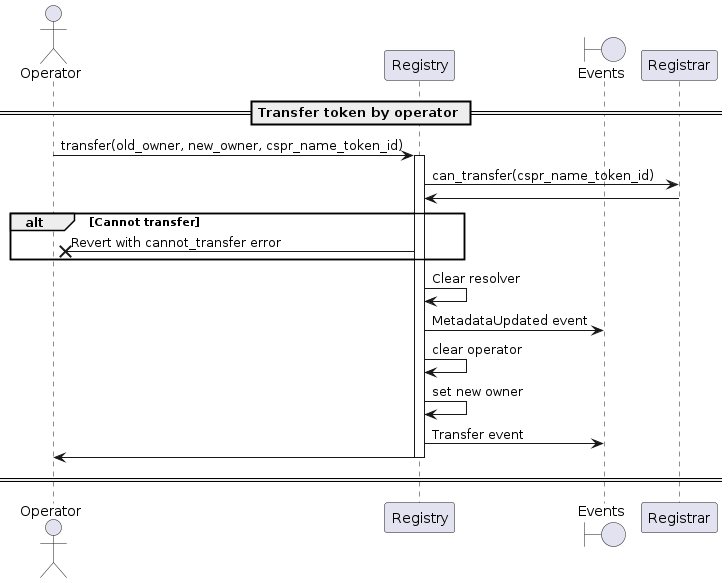
This is docs/sequence-diagrams/puml/transfer-from-domain.png from make-software/cspr-name-contracts, a PlantUML export, as it was before one commit.
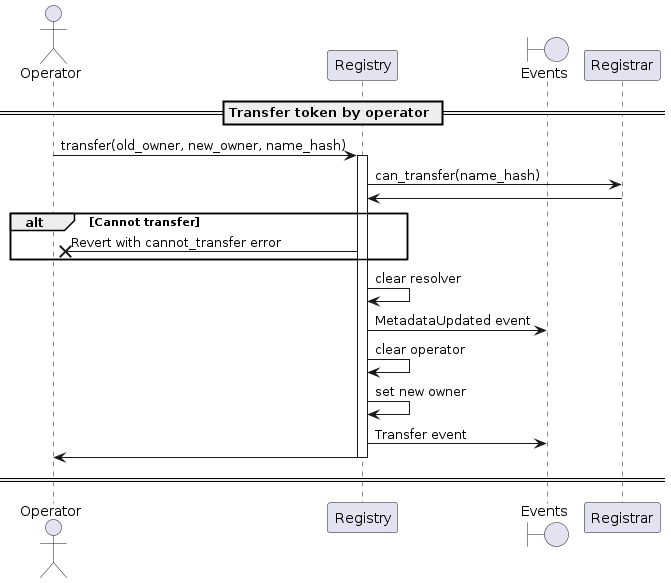
Above is the later version.

Change to the diagram source:
```diff
@@ -6,14 +6,14 @@
 
 == Transfer token by operator ==
 
-Operator -> Registry: transfer(old_owner, new_owner, cspr_name_token_id)
+Operator -> Registry: transfer(old_owner, new_owner, name_hash)
 activate Registry
-Registry -> Registrar: can_transfer(cspr_name_token_id)
+Registry -> Registrar: can_transfer(name_hash)
 Registrar -> Registry
 alt Cannot transfer
     Registry ->X Operator: Revert with cannot_transfer error
 end
-Registry -> Registry: Clear resolver
+Registry -> Registry: clear resolver
 Registry -> "Events": MetadataUpdated event
 Registry -> Registry: clear operator
 Registry -> Registry : set new owner
```
